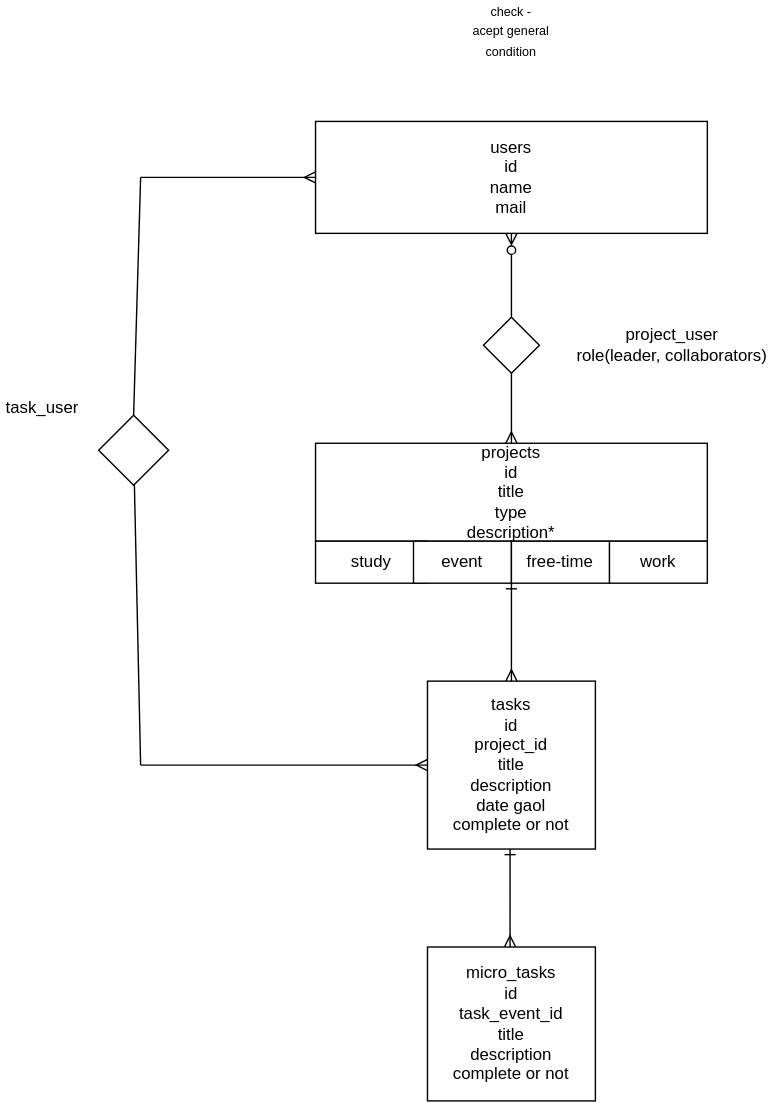
Before: db.vs.drawio.svg, a diagram exported from draw.io (NicoleMaini/Happy-Activities). Source tidied: cells renumbered, new cells last; positions are measured from the earlier drawing's top-left corner, leaving out a move shared by most shapes.
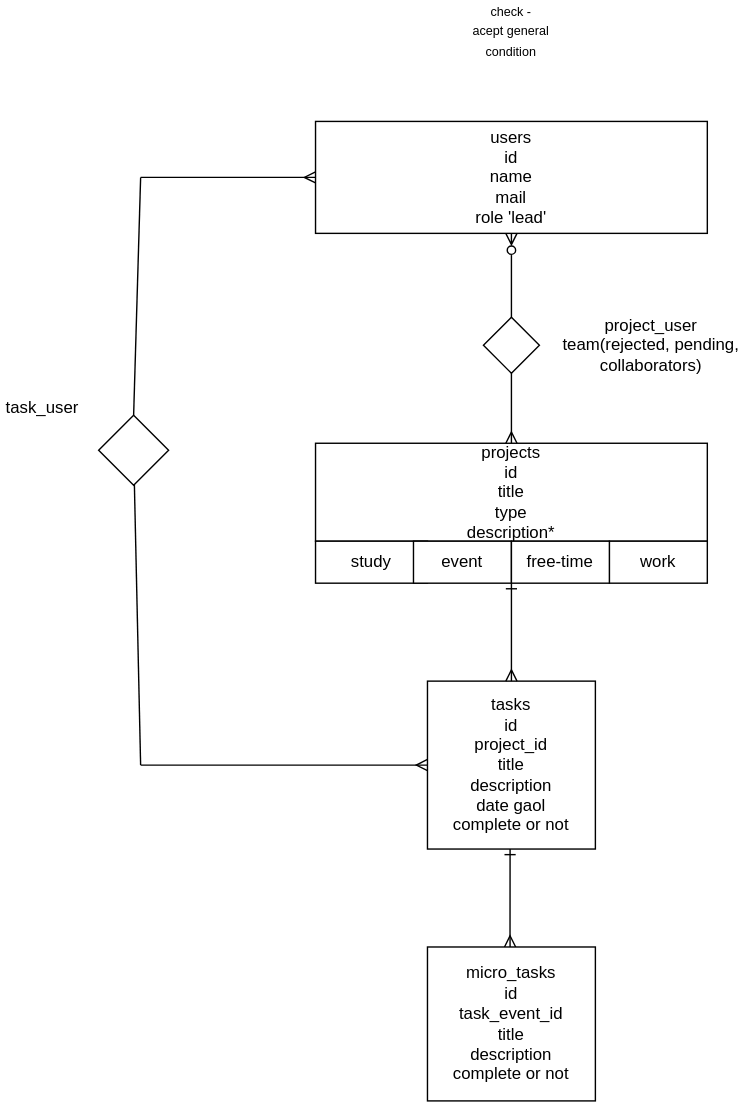
The same file after the commit.

What changed in the source:
```diff
@@ -7,7 +7,7 @@
         <mxPoint x="100" y="120" as="targetPoint" />
       </mxGeometry>
     </mxCell>
-    <mxCell id="3" value="users&lt;br&gt;id&lt;br&gt;name&lt;br&gt;mail" style="rounded=0;whiteSpace=wrap;html=1;" parent="1" vertex="1">
+    <mxCell id="3" value="users&lt;br&gt;id&lt;br&gt;name&lt;br&gt;mail&lt;br&gt;role 'lead'" style="rounded=0;whiteSpace=wrap;html=1;" parent="1" vertex="1">
       <mxGeometry x="225" y="80" width="280" height="80" as="geometry" />
     </mxCell>
     <mxCell id="4" value="projects&lt;br&gt;id&lt;br&gt;title&lt;br&gt;type&lt;br&gt;description*" style="rounded=0;whiteSpace=wrap;html=1;" parent="1" vertex="1">
@@ -67,8 +67,8 @@
     <mxCell id="18" style="rhombus;whiteSpace=wrap;html=1;" parent="1" vertex="1">
       <mxGeometry x="345" y="220" width="40" height="40" as="geometry" />
     </mxCell>
-    <mxCell id="19" value="project_user&lt;br&gt;role(leader, collaborators)" style="text;html=1;strokeColor=none;fillColor=none;align=center;verticalAlign=middle;whiteSpace=wrap;rounded=0;" parent="1" vertex="1">
-      <mxGeometry x="410" y="225" width="140" height="30" as="geometry" />
+    <mxCell id="19" value="project_user&lt;br&gt;team(rejected, pending, collaborators)" style="text;html=1;strokeColor=none;fillColor=none;align=center;verticalAlign=middle;whiteSpace=wrap;rounded=0;" parent="1" vertex="1">
+      <mxGeometry x="395" y="225" width="140" height="30" as="geometry" />
     </mxCell>
     <mxCell id="20" style="endArrow=none;html=1;" parent="1" edge="1" target="21">
       <mxGeometry relative="1" as="geometry">
```
